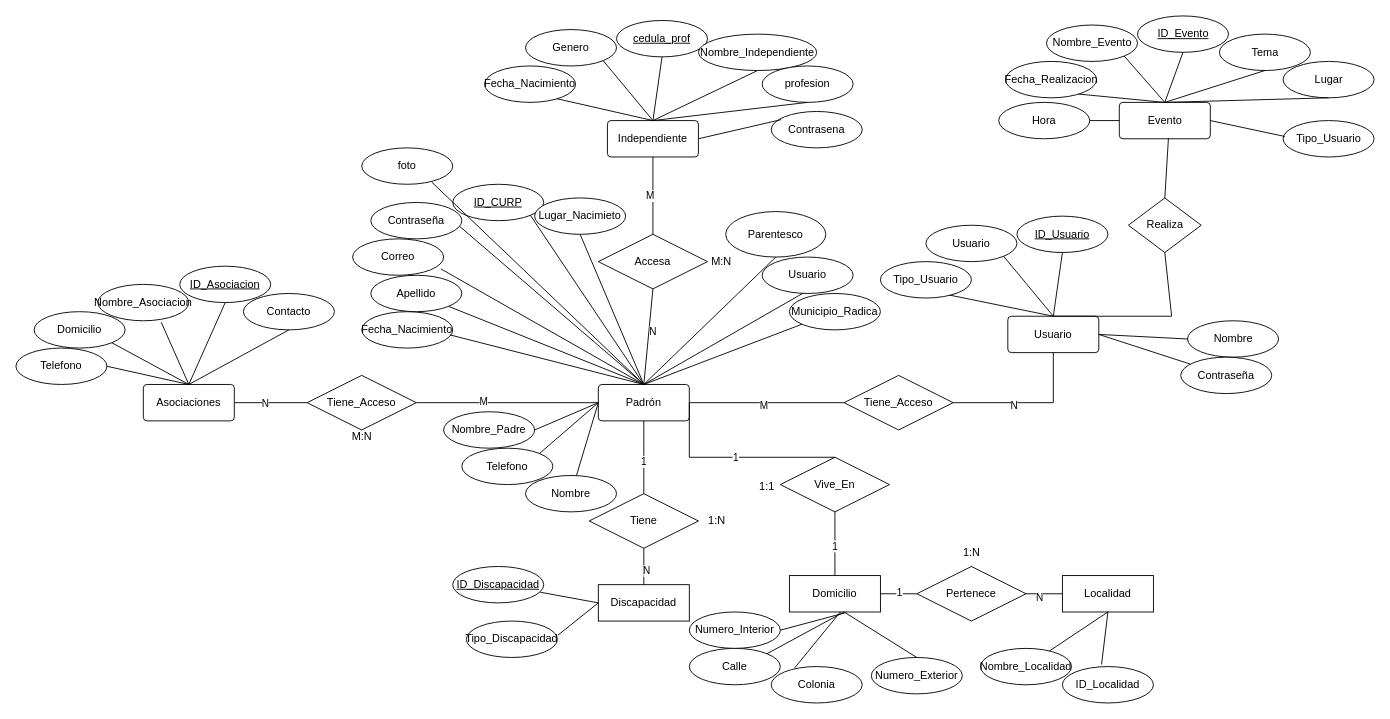
Before: Diagrama sin título.drawio in OSCARCH2002/diagramas, a draw.io diagram. Source tidied: cells renumbered, new cells numbered last; positions are measured from the earlier drawing's top-left corner, leaving out a move shared by most shapes. Both pictures are drawn from the tidied source at 91%, with x=0, y=0 at pixel (15, 15).
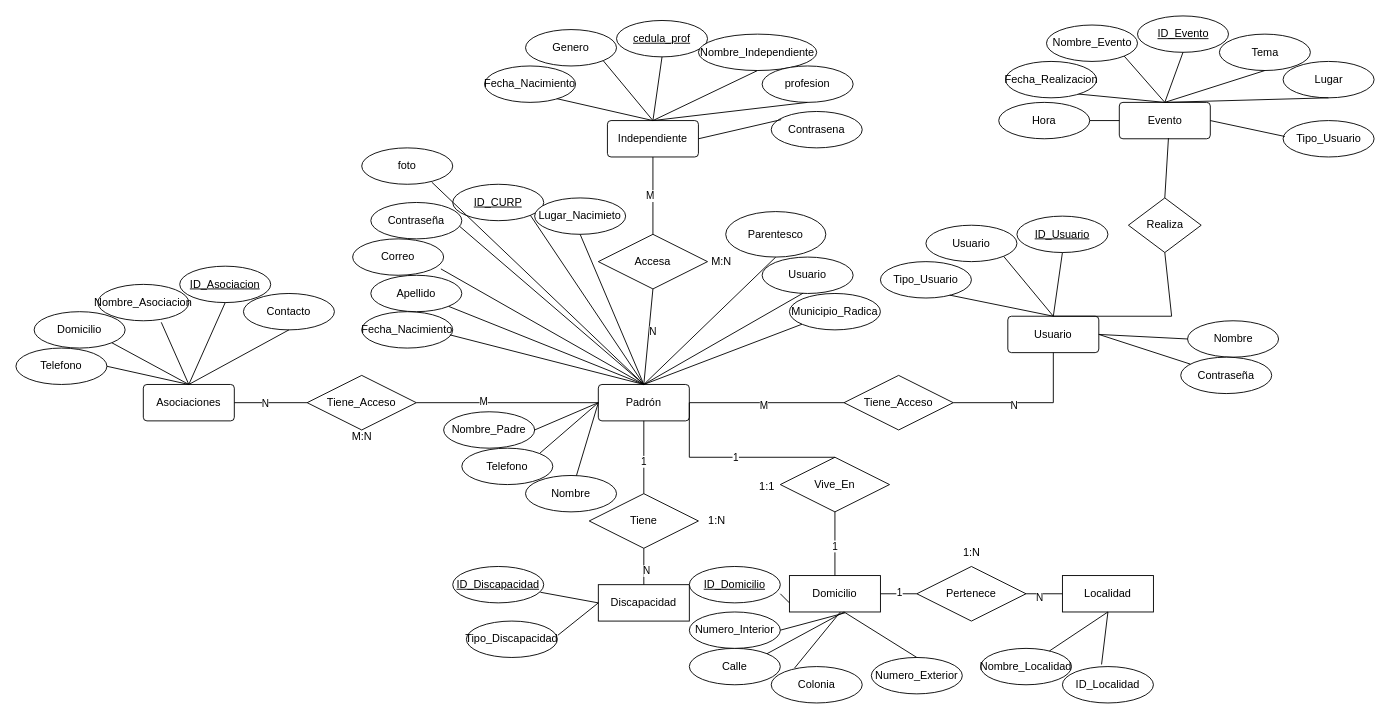
The same diagram, later.

The change refers to these unchanged cells:
```xml
<mxCell id="33" value="Domicilio" style="whiteSpace=wrap;html=1;align=center;" parent="1" vertex="1">
  <mxGeometry x="850" y="615" width="100" height="40" as="geometry" />
</mxCell>
```

Change to the diagram source:
```diff
@@
+    <mxCell id="136" value="ID_Domicilio" style="ellipse;whiteSpace=wrap;html=1;align=center;fontStyle=4;" parent="1" vertex="1">
+      <mxGeometry x="740" y="605" width="100" height="40" as="geometry" />
+    </mxCell>
+    <mxCell id="137" style="endArrow=none;html=1;rounded=0;exitX=1;exitY=0.75;exitDx=0;exitDy=0;entryX=0;entryY=0.75;entryDx=0;entryDy=0;exitPerimeter=0;" parent="1" edge="1" source="136" target="33">
+      <mxGeometry relative="1" as="geometry" />
+    </mxCell>
```
